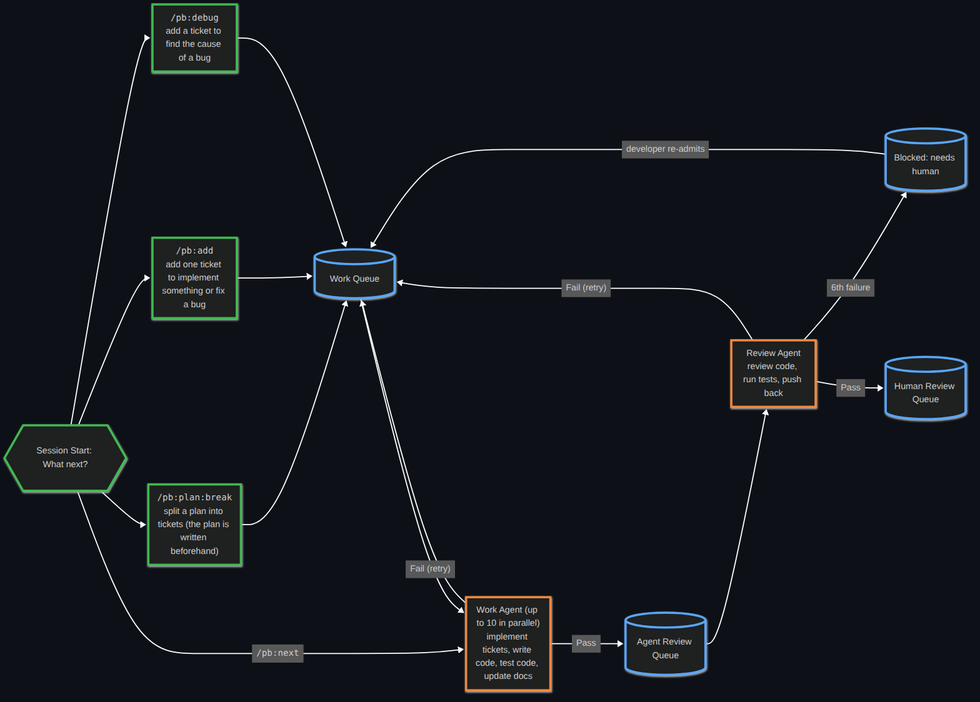
Before: images/handbook/pipeline-work-and-review.png, a diagram exported from Mermaid (ashleydavis/playbook). Its source is kept beside it as images/handbook/pipeline-work-and-review.mmd.
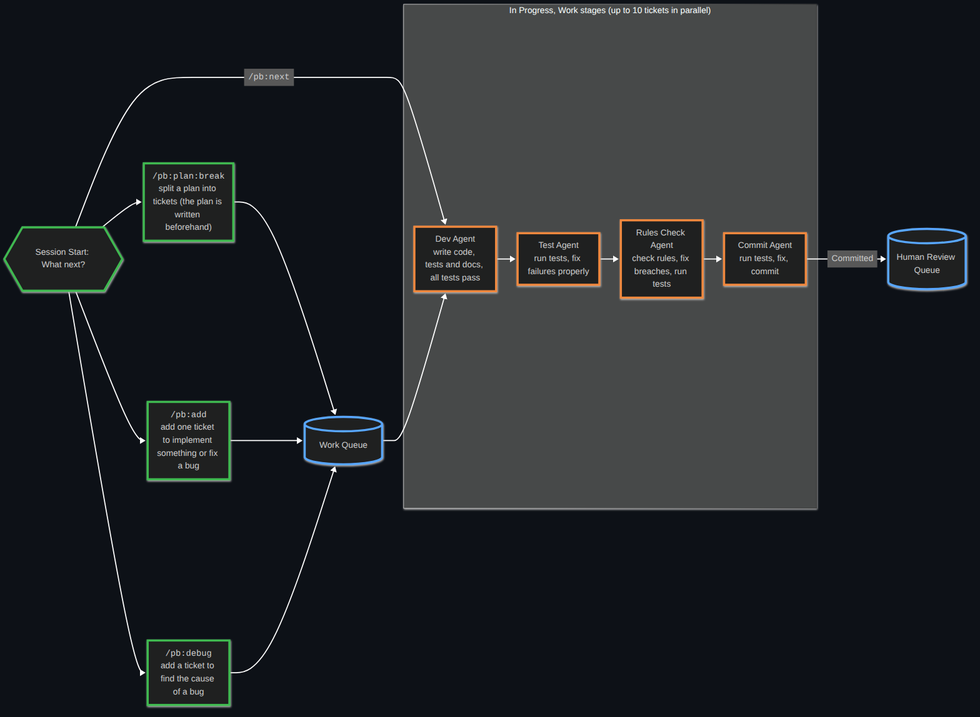
Above is the later version.

The edit, as a diff of the source:
```diff
@@ -11,21 +11,19 @@
 
     WQ[("Work Queue")] --> IMPL
 
-    IMPL["Work Agent (up to 10 in parallel)<br/>implement tickets, write code, test code, update docs"]
+    subgraph INP["In Progress, Work stages (up to 10 tickets in parallel)"]
+        IMPL["Dev Agent<br/>write code, tests and docs, all tests pass"]
+        TEST["Test Agent<br/>run tests, fix failures properly"]
+        RULES["Rules Check Agent<br/>check rules, fix breaches, run tests"]
+        COMMIT["Commit Agent<br/>run tests, fix, commit"]
+        IMPL --> TEST --> RULES --> COMMIT
+    end
 
-    CHK["Review Agent<br/>review code, run tests, push back"]
-
-    IMPL -->|Pass| AR[("Agent Review Queue")]
-    AR --> CHK
-    CHK -->|"Fail (retry)"| WQ
-    CHK -->|"6th failure"| BLK[("Blocked: needs human")]
-    CHK -->|Pass| HR[("Human Review Queue")]
-    IMPL -->|"Fail (retry)"| WQ
-    BLK -->|"developer re-admits"| WQ
+    COMMIT -->|Committed| HR[("Human Review Queue")]
     classDef queue stroke:#58a6ff,stroke-width:4px
-    class WQ,AR,HR,BLK queue
+    class WQ,HR queue
     classDef human stroke:#3fb950,stroke-width:4px
     classDef agent stroke:#f0883e,stroke-width:4px
     class SESSION,PLAN,ADD_WI,DEBUG human
-    class IMPL,CHK agent
+    class IMPL,TEST,RULES,COMMIT agent
     linkStyle default stroke:#ffffff,stroke-width:2px
```
